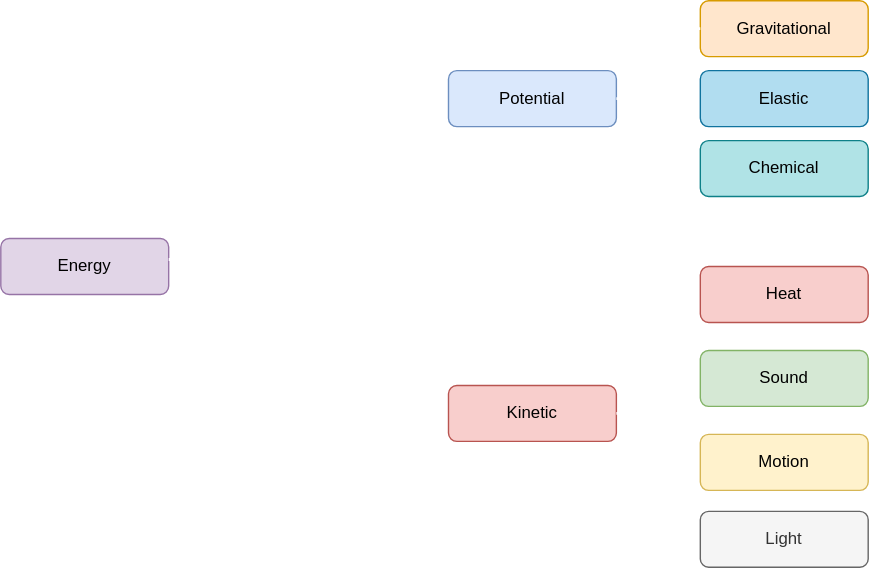
Before: images/svg/energy-tree-diagram.svg, a diagram exported from draw.io (psharma04/schoolnotes-cdn). Source tidied: cells renumbered, new cells last; positions are measured from the earlier drawing's top-left corner, leaving out a move shared by most shapes.
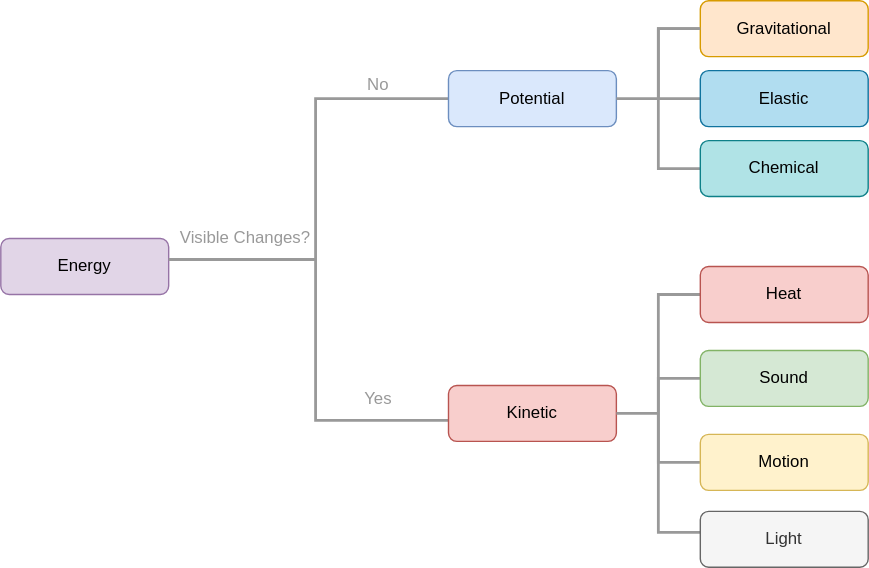
Above is the later version.

Commit message:
Support those light mode scrubs

Diff of the diagram source:
```diff
@@ -5,8 +5,8 @@
     <mxCell id="2" value="Energy" style="rounded=1;whiteSpace=wrap;html=1;fontSize=12;glass=0;strokeWidth=1;shadow=0;fillColor=#e1d5e7;strokeColor=#9673a6;" parent="1" vertex="1">
       <mxGeometry y="170" width="120" height="40" as="geometry" />
     </mxCell>
-    <mxCell id="3" style="strokeWidth=2;html=1;shape=mxgraph.flowchart.annotation_2;align=left;labelPosition=right;strokeColor=#FFFFFF;" parent="1" vertex="1">
-      <mxGeometry x="120" y="70" width="200" height="230" as="geometry" />
+    <mxCell id="3" style="strokeWidth=2;html=1;shape=mxgraph.flowchart.annotation_2;align=left;labelPosition=right;fillColor=none;strokeColor=#999999;" parent="1" vertex="1">
+      <mxGeometry x="120" y="70" width="210" height="230" as="geometry" />
     </mxCell>
     <mxCell id="4" value="Potential" style="rounded=1;whiteSpace=wrap;html=1;fontSize=12;glass=0;strokeWidth=1;shadow=0;fillColor=#dae8fc;strokeColor=#6c8ebf;" parent="1" vertex="1">
       <mxGeometry x="320" y="50" width="120" height="40" as="geometry" />
@@ -14,16 +14,16 @@
     <mxCell id="5" value="Kinetic" style="rounded=1;whiteSpace=wrap;html=1;fontSize=12;glass=0;strokeWidth=1;shadow=0;fillColor=#f8cecc;strokeColor=#b85450;" parent="1" vertex="1">
       <mxGeometry x="320" y="275" width="120" height="40" as="geometry" />
     </mxCell>
-    <mxCell id="6" value="Object moving?" style="text;html=1;fillColor=none;align=center;verticalAlign=middle;whiteSpace=wrap;rounded=0;fontColor=#FFFFFF;" parent="1" vertex="1">
-      <mxGeometry x="120" y="160" width="105" height="20" as="geometry" />
+    <mxCell id="6" value="Visible Changes?" style="text;html=1;fillColor=none;align=center;verticalAlign=middle;whiteSpace=wrap;rounded=0;fontColor=#999999;" parent="1" vertex="1">
+      <mxGeometry x="120" y="160" width="110" height="20" as="geometry" />
     </mxCell>
-    <mxCell id="7" value="Yes" style="text;html=1;strokeColor=none;fillColor=none;align=center;verticalAlign=middle;whiteSpace=wrap;rounded=0;fontColor=#FFFFFF;" parent="1" vertex="1">
+    <mxCell id="7" value="Yes" style="text;html=1;strokeColor=none;fillColor=none;align=center;verticalAlign=middle;whiteSpace=wrap;rounded=0;fontColor=#999999;" parent="1" vertex="1">
       <mxGeometry x="250" y="275" width="40" height="20" as="geometry" />
     </mxCell>
-    <mxCell id="8" value="No" style="text;html=1;strokeColor=none;fillColor=none;align=center;verticalAlign=middle;whiteSpace=wrap;rounded=0;fontColor=#FFFFFF;" parent="1" vertex="1">
+    <mxCell id="8" value="No" style="text;html=1;strokeColor=none;fillColor=none;align=center;verticalAlign=middle;whiteSpace=wrap;rounded=0;fontColor=#999999;" parent="1" vertex="1">
       <mxGeometry x="250" y="50" width="40" height="20" as="geometry" />
     </mxCell>
-    <mxCell id="9" style="strokeWidth=2;html=1;shape=mxgraph.flowchart.annotation_2;align=left;labelPosition=right;rotation=0;fontColor=#FFFFFF;fillColor=none;strokeColor=#FFFFFF;" parent="1" vertex="1">
+    <mxCell id="9" style="strokeWidth=2;html=1;shape=mxgraph.flowchart.annotation_2;align=left;labelPosition=right;rotation=0;fillColor=none;fontColor=#999999;strokeColor=#999999;" parent="1" vertex="1">
       <mxGeometry x="440" y="20" width="60" height="100" as="geometry" />
     </mxCell>
     <mxCell id="10" value="Gravitational" style="rounded=1;whiteSpace=wrap;html=1;fontSize=12;glass=0;strokeWidth=1;shadow=0;fillColor=#ffe6cc;strokeColor=#d79b00;" parent="1" vertex="1">
@@ -32,16 +32,16 @@
     <mxCell id="11" value="Chemical" style="rounded=1;whiteSpace=wrap;html=1;fontSize=12;glass=0;strokeWidth=1;shadow=0;fillColor=#b0e3e6;strokeColor=#0e8088;" parent="1" vertex="1">
       <mxGeometry x="500" y="100" width="120" height="40" as="geometry" />
     </mxCell>
-    <mxCell id="12" style="strokeWidth=2;html=1;shape=mxgraph.flowchart.annotation_1;align=left;fontColor=#FFFFFF;fillColor=none;strokeColor=#FFFFFF;" parent="1" vertex="1">
+    <mxCell id="12" style="strokeWidth=2;html=1;shape=mxgraph.flowchart.annotation_1;align=left;fontColor=#FFFFFF;fillColor=none;strokeColor=#999999;" parent="1" vertex="1">
       <mxGeometry x="470" y="20" width="30" height="50" as="geometry" />
     </mxCell>
     <mxCell id="13" value="Elastic" style="rounded=1;whiteSpace=wrap;html=1;fontSize=12;glass=0;strokeWidth=1;shadow=0;fillColor=#b1ddf0;strokeColor=#10739e;" parent="1" vertex="1">
       <mxGeometry x="500" y="50" width="120" height="40" as="geometry" />
     </mxCell>
-    <mxCell id="14" style="strokeWidth=2;html=1;shape=mxgraph.flowchart.annotation_2;align=left;labelPosition=right;rotation=0;fontColor=#FFFFFF;fillColor=none;strokeColor=#FFFFFF;" parent="1" vertex="1">
+    <mxCell id="14" style="strokeWidth=2;html=1;shape=mxgraph.flowchart.annotation_2;align=left;labelPosition=right;rotation=0;fontColor=#FFFFFF;fillColor=none;strokeColor=#999999;" parent="1" vertex="1">
       <mxGeometry x="440" y="210" width="60" height="170" as="geometry" />
     </mxCell>
-    <mxCell id="15" style="strokeWidth=2;html=1;shape=mxgraph.flowchart.annotation_1;align=left;fontColor=#FFFFFF;fillColor=none;strokeColor=#FFFFFF;" parent="1" vertex="1">
+    <mxCell id="15" style="strokeWidth=2;html=1;shape=mxgraph.flowchart.annotation_1;align=left;fontColor=#FFFFFF;fillColor=none;strokeColor=#999999;" parent="1" vertex="1">
       <mxGeometry x="470" y="270" width="30" height="60" as="geometry" />
     </mxCell>
     <mxCell id="16" value="Heat" style="rounded=1;whiteSpace=wrap;html=1;fontSize=12;glass=0;strokeWidth=1;shadow=0;fillColor=#f8cecc;strokeColor=#b85450;" parent="1" vertex="1">
```
